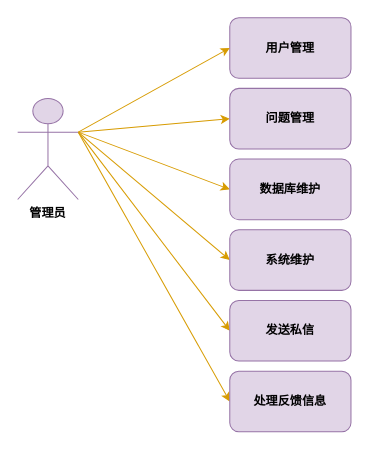
This is 管理员用例图.drawio from ov0-0vo/1, a draw.io file, before an edit. Source tidied: cells renumbered, new cells numbered last; positions are measured from the earlier drawing's top-left corner, leaving out a move shared by most shapes. Both pictures are drawn from the tidied source at 101%, with x=0, y=0 at pixel (17, 17).
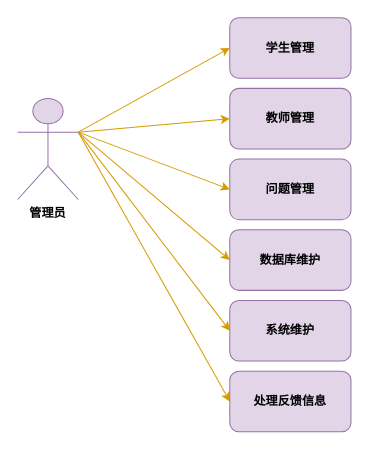
Above is the later version.

Commit message:
更新管理员用例图.drawio

Diff of the diagram source:
```diff
@@
 <mxGraphModel>
   <root>
     <mxCell id="0" />
     <mxCell id="1" parent="0" />
-    <mxCell id="2" value="用户管理" style="rounded=1;whiteSpace=wrap;html=1;fillColor=#e1d5e7;strokeColor=#9673a6;fontFamily=Times New Roman;fontStyle=1;" parent="1" vertex="1">
+    <mxCell id="2" value="学生管理" style="rounded=1;whiteSpace=wrap;html=1;fillColor=#e1d5e7;strokeColor=#9673a6;fontFamily=Times New Roman;fontStyle=1;" parent="1" vertex="1">
       <mxGeometry x="210" width="120" height="60" as="geometry" />
     </mxCell>
     <mxCell id="3" style="rounded=0;jettySize=auto;html=1;entryX=0;entryY=0.5;entryDx=0;entryDy=0;fillColor=#ffe6cc;strokeColor=#D79B00;" parent="1" edge="1" source="9" target="2">
       <mxGeometry relative="1" as="geometry" />
     </mxCell>
     <mxCell id="4" style="edgeStyle=none;shape=connector;rounded=0;jettySize=auto;html=1;entryX=0;entryY=0.5;entryDx=0;entryDy=0;labelBackgroundColor=default;strokeColor=#d79b00;fontFamily=Helvetica;fontSize=12;fontColor=default;endArrow=classic;fillColor=#ffe6cc;exitX=1;exitY=0.3333333333333333;exitDx=0;exitDy=0;exitPerimeter=0;" parent="1" edge="1" source="9" target="10">
       <mxGeometry relative="1" as="geometry" />
     </mxCell>
     <mxCell id="5" style="edgeStyle=none;shape=connector;rounded=0;jettySize=auto;html=1;labelBackgroundColor=default;strokeColor=#d79b00;fontFamily=Helvetica;fontSize=12;fontColor=default;endArrow=classic;fillColor=#ffe6cc;entryX=0;entryY=0.5;entryDx=0;entryDy=0;exitX=1;exitY=0.3333333333333333;exitDx=0;exitDy=0;exitPerimeter=0;" parent="1" edge="1" source="9" target="11">
       <mxGeometry relative="1" as="geometry" />
     </mxCell>
     <mxCell id="6" style="edgeStyle=none;shape=connector;rounded=0;jettySize=auto;html=1;entryX=0;entryY=0.5;entryDx=0;entryDy=0;labelBackgroundColor=default;strokeColor=#d79b00;fontFamily=Helvetica;fontSize=12;fontColor=default;endArrow=classic;fillColor=#ffe6cc;exitX=1;exitY=0.3333333333333333;exitDx=0;exitDy=0;exitPerimeter=0;" parent="1" edge="1" source="9" target="12">
       <mxGeometry relative="1" as="geometry" />
     </mxCell>
-    <mxCell id="7" style="edgeStyle=none;shape=connector;rounded=0;jettySize=auto;html=1;exitX=1;exitY=0.3333333333333333;exitDx=0;exitDy=0;exitPerimeter=0;entryX=0;entryY=0.5;entryDx=0;entryDy=0;labelBackgroundColor=default;strokeColor=#d79b00;fontFamily=Helvetica;fontSize=12;fontColor=default;endArrow=classic;fillColor=#ffe6cc;" parent="1" edge="1" source="9" target="13">
-      <mxGeometry relative="1" as="geometry" />
-    </mxCell>
     <mxCell id="8" style="edgeStyle=none;shape=connector;rounded=0;jettySize=auto;html=1;exitX=1;exitY=0.3333333333333333;exitDx=0;exitDy=0;exitPerimeter=0;entryX=0;entryY=0.5;entryDx=0;entryDy=0;labelBackgroundColor=default;strokeColor=#d79b00;fontFamily=Helvetica;fontSize=12;fontColor=default;endArrow=classic;fillColor=#ffe6cc;" parent="1" edge="1" source="9" target="14">
       <mxGeometry relative="1" as="geometry" />
     </mxCell>
+    <mxCell id="15" style="edgeStyle=none;shape=connector;rounded=0;jettySize=auto;html=1;exitX=1;exitY=0.3333333333333333;exitDx=0;exitDy=0;exitPerimeter=0;entryX=0;entryY=0.5;entryDx=0;entryDy=0;labelBackgroundColor=default;strokeColor=#D79B00;fontFamily=Helvetica;fontSize=11;fontColor=default;endArrow=classic;fillColor=#ffe6cc;" parent="1" edge="1" source="9" target="16">
+      <mxGeometry relative="1" as="geometry" />
+    </mxCell>
     <mxCell id="9" value="管理员" style="shape=umlActor;verticalLabelPosition=bottom;verticalAlign=top;outlineConnect=0;labelBackgroundColor=none;fillColor=#e1d5e7;strokeColor=#9673a6;fontStyle=1;strokeWidth=1;fontFamily=Times New Roman;" parent="1" vertex="1">
       <mxGeometry y="80" width="60" height="100" as="geometry" />
     </mxCell>
     <mxCell id="10" value="问题管理" style="rounded=1;whiteSpace=wrap;html=1;fillColor=#e1d5e7;strokeColor=#9673a6;fontFamily=Times New Roman;fontStyle=1;" parent="1" vertex="1">
-      <mxGeometry x="210" y="70" width="120" height="60" as="geometry" />
+      <mxGeometry x="210" y="140" width="120" height="60" as="geometry" />
     </mxCell>
     <mxCell id="11" value="系统维护" style="rounded=1;whiteSpace=wrap;html=1;fillColor=#e1d5e7;strokeColor=#9673a6;fontFamily=Times New Roman;fontStyle=1;" parent="1" vertex="1">
-      <mxGeometry x="210" y="210" width="120" height="60" as="geometry" />
+      <mxGeometry x="210" y="280" width="120" height="60" as="geometry" />
     </mxCell>
     <mxCell id="12" value="处理反馈信息" style="rounded=1;whiteSpace=wrap;html=1;fillColor=#e1d5e7;strokeColor=#9673a6;fontFamily=Times New Roman;fontStyle=1;" parent="1" vertex="1">
       <mxGeometry x="210" y="350" width="120" height="60" as="geometry" />
     </mxCell>
-    <mxCell id="13" value="发送私信" style="rounded=1;whiteSpace=wrap;html=1;fillColor=#e1d5e7;strokeColor=#9673a6;fontFamily=Times New Roman;fontStyle=1;" parent="1" vertex="1">
-      <mxGeometry x="210" y="280" width="120" height="60" as="geometry" />
-    </mxCell>
     <mxCell id="14" value="数据库维护" style="rounded=1;whiteSpace=wrap;html=1;fillColor=#e1d5e7;strokeColor=#9673a6;fontFamily=Times New Roman;fontStyle=1;" parent="1" vertex="1">
-      <mxGeometry x="210" y="140" width="120" height="60" as="geometry" />
+      <mxGeometry x="210" y="210" width="120" height="60" as="geometry" />
     </mxCell>
+    <mxCell id="16" value="教师管理" style="rounded=1;whiteSpace=wrap;html=1;fillColor=#e1d5e7;strokeColor=#9673a6;fontFamily=Times New Roman;fontStyle=1;" parent="1" vertex="1">
+      <mxGeometry x="210" y="70" width="120" height="60" as="geometry" />
+    </mxCell>
   </root>
 </mxGraphModel>
```
